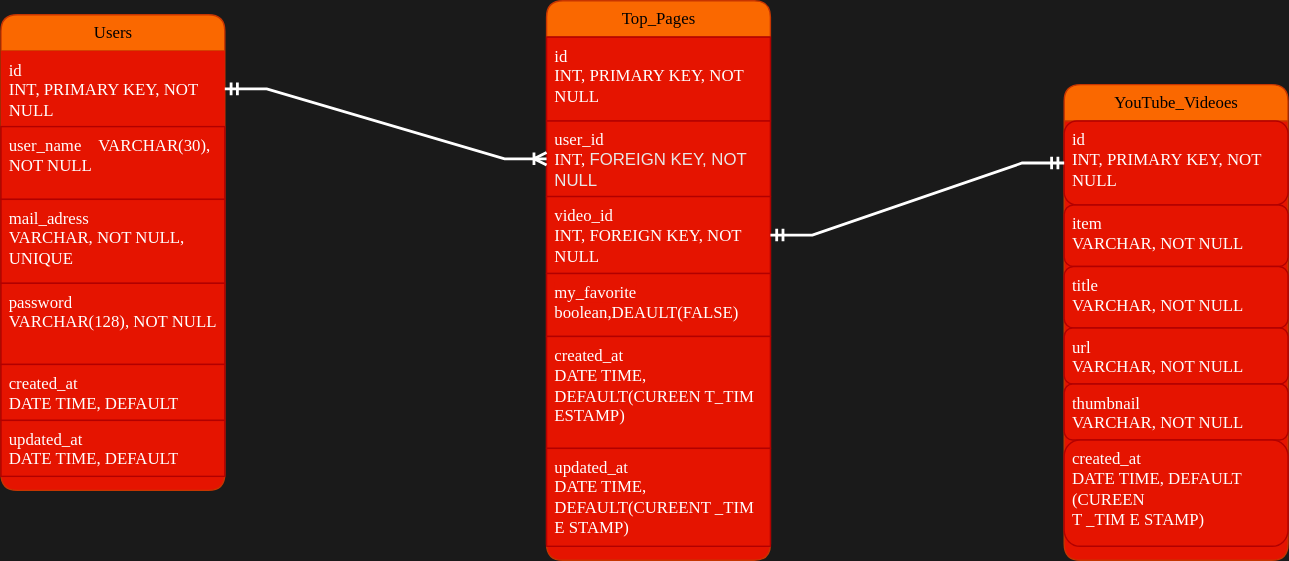
RareTECH-Hackathon-D-Team2024Autumn/stretch-app keeps this draw.io diagram as back/design-document/Hackathon_TeamD.drawio.svg. Above is the earlier version. Source tidied: cells renumbered, new cells last; positions are measured from the earlier drawing's top-left corner, leaving out a move shared by most shapes.
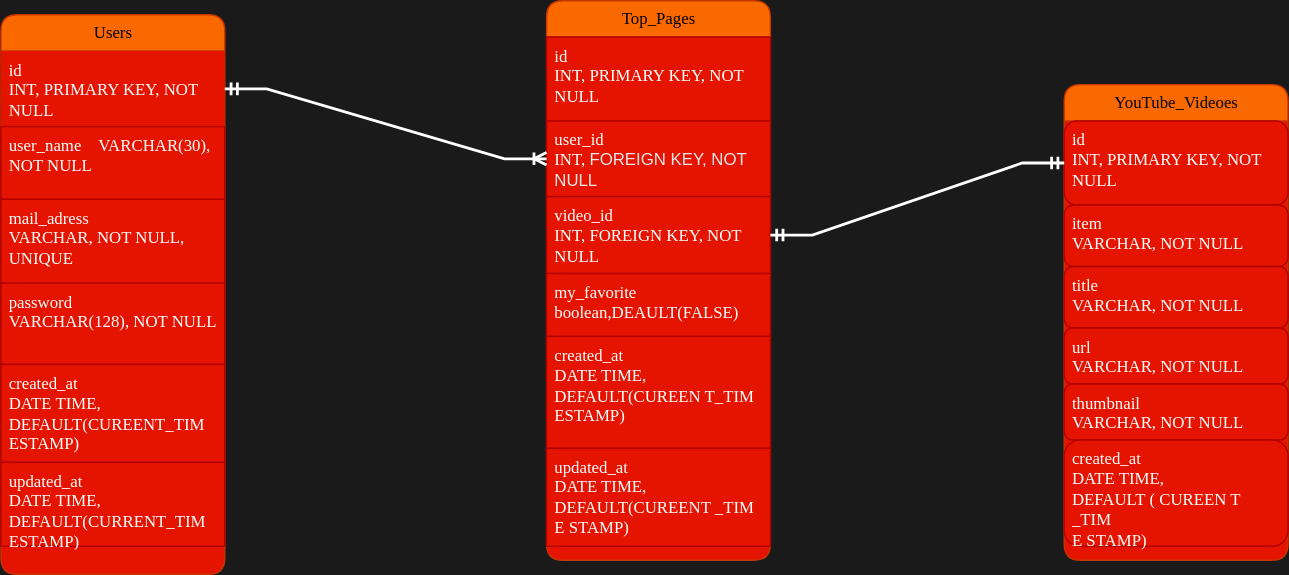
After the commit.

Commit message:
ER図の修正 ・ファイル形式をsvgに変更 ・DEFAULTを（CURRENT_TIMESTAMP）に設定 ・テーブル名「YouTube_Videos」に変更

Diff of the diagram source:
```diff
@@ -3,7 +3,7 @@
     <mxCell id="0" />
     <mxCell id="1" parent="0" />
     <mxCell id="2" value="Users" style="swimlane;html=1;fontStyle=0;horizontal=1;startSize=26;swimlaneFillColor=#E51400;align=center;rounded=1;shadow=0;comic=0;labelBackgroundColor=none;strokeWidth=1;fontFamily=Verdana;fontSize=12;fillColor=#fa6800;fontColor=#000000;strokeColor=#C73500;" parent="1" vertex="1">
-      <mxGeometry y="10" width="160" height="340" as="geometry" />
+      <mxGeometry y="10" width="160" height="400" as="geometry" />
     </mxCell>
     <mxCell id="3" value="id　&lt;div&gt;INT, PRIMARY KEY, NOT NULL&amp;nbsp;&lt;/div&gt;" style="text;html=1;strokeColor=none;fillColor=#e51400;spacingLeft=4;spacingRight=4;whiteSpace=wrap;overflow=hidden;points=[[0,0.5],[1,0.5]];portConstraint=eastwest;rounded=0;labelBackgroundColor=none;fontColor=#ffffff;fontFamily=Verdana;" parent="2" vertex="1">
       <mxGeometry y="26" width="160" height="54" as="geometry" />
@@ -17,11 +17,11 @@
     <mxCell id="6" value="password&lt;div&gt;VARCHAR(128), NOT NULL&lt;/div&gt;" style="text;html=1;strokeColor=#B20000;fillColor=#e51400;spacingLeft=4;spacingRight=4;whiteSpace=wrap;overflow=hidden;rounded=0;labelBackgroundColor=none;fontColor=#ffffff;fontFamily=Verdana;" parent="2" vertex="1">
       <mxGeometry y="192" width="160" height="58" as="geometry" />
     </mxCell>
-    <mxCell id="7" value="&lt;div&gt;created_at&lt;/div&gt;&lt;div&gt;DATE TIME, DEFAULT&lt;/div&gt;" style="text;html=1;strokeColor=#B20000;fillColor=#e51400;spacingLeft=4;spacingRight=4;whiteSpace=wrap;overflow=hidden;rounded=0;labelBackgroundColor=none;fontColor=#ffffff;fontFamily=Verdana;" parent="2" vertex="1">
-      <mxGeometry y="250" width="160" height="40" as="geometry" />
+    <mxCell id="7" value="&lt;div&gt;created_at&lt;/div&gt;&lt;div&gt;DATE TIME,&amp;nbsp;&lt;/div&gt;&lt;div&gt;DEFAULT(CUREENT_TIM&lt;/div&gt;&lt;div&gt;ESTAMP)&lt;/div&gt;" style="text;html=1;strokeColor=#B20000;fillColor=#e51400;spacingLeft=4;spacingRight=4;whiteSpace=wrap;overflow=hidden;rounded=0;labelBackgroundColor=none;fontColor=#ffffff;fontFamily=Verdana;" parent="2" vertex="1">
+      <mxGeometry y="250" width="160" height="70" as="geometry" />
     </mxCell>
-    <mxCell id="8" value="updated_at&lt;br&gt;DATE TIME, DEFAULT" style="text;html=1;strokeColor=#B20000;fillColor=#e51400;spacingLeft=4;spacingRight=4;whiteSpace=wrap;overflow=hidden;rounded=0;labelBackgroundColor=none;fontColor=#ffffff;fontFamily=Verdana;" parent="2" vertex="1">
-      <mxGeometry y="290" width="160" height="40" as="geometry" />
+    <mxCell id="8" value="updated_at&lt;br&gt;DATE TIME, &lt;br&gt;DEFAULT(CURRENT_TIM&lt;br&gt;ESTAMP)" style="text;html=1;strokeColor=#B20000;fillColor=#e51400;spacingLeft=4;spacingRight=4;whiteSpace=wrap;overflow=hidden;rounded=0;labelBackgroundColor=none;fontColor=#ffffff;fontFamily=Verdana;" parent="2" vertex="1">
+      <mxGeometry y="320" width="160" height="60" as="geometry" />
     </mxCell>
     <mxCell id="9" value="Top_Pages" style="swimlane;html=1;fontStyle=0;horizontal=1;startSize=26;fillColor=#fa6800;swimlaneFillColor=#E51400;align=center;rounded=1;shadow=0;comic=0;labelBackgroundColor=none;strokeWidth=1;fontFamily=Verdana;fontSize=12;strokeColor=#C73500;fontColor=#000000;" parent="1" vertex="1">
       <mxGeometry x="390" width="160" height="400" as="geometry" />
@@ -62,7 +62,7 @@
     <mxCell id="21" value="thumbnail&lt;div&gt;VARCHAR, NOT NULL&lt;/div&gt;" style="text;html=1;strokeColor=#B20000;fillColor=#e51400;spacingLeft=4;spacingRight=4;whiteSpace=wrap;overflow=hidden;rounded=1;labelBackgroundColor=none;fontColor=#ffffff;fontFamily=Verdana;" parent="16" vertex="1">
       <mxGeometry y="214" width="160" height="40" as="geometry" />
     </mxCell>
-    <mxCell id="22" value="created_at&lt;div&gt;DATE TIME,&amp;nbsp;&lt;span style=&quot;background-color: initial;&quot;&gt;DEFAULT&lt;/span&gt;&lt;span style=&quot;background-color: initial;&quot;&gt;(CUREEN&lt;/span&gt;&lt;/div&gt;&lt;div&gt;&lt;span style=&quot;background-color: initial;&quot;&gt;T&lt;/span&gt;&lt;span style=&quot;background-color: initial;&quot;&gt;_TIM&lt;/span&gt;&lt;span style=&quot;background-color: initial;&quot;&gt;E&lt;/span&gt;&lt;span style=&quot;background-color: initial;&quot;&gt;STAMP)&lt;/span&gt;&lt;/div&gt;" style="text;html=1;strokeColor=#B20000;fillColor=#e51400;spacingLeft=4;spacingRight=4;whiteSpace=wrap;overflow=hidden;rounded=1;labelBackgroundColor=none;fontColor=#ffffff;fontFamily=Verdana;" parent="16" vertex="1">
+    <mxCell id="22" value="created_at&lt;div&gt;DATE TIME,&lt;/div&gt;&lt;div&gt;&amp;nbsp;&lt;span style=&quot;background-color: initial;&quot;&gt;DEFAULT&lt;/span&gt;&lt;span style=&quot;background-color: initial;&quot;&gt;(&lt;/span&gt;&lt;span style=&quot;background-color: initial;&quot;&gt;CUREEN&lt;/span&gt;&lt;span style=&quot;background-color: initial;&quot;&gt;T&lt;/span&gt;&lt;span style=&quot;background-color: initial;&quot;&gt;_TIM&lt;/span&gt;&lt;/div&gt;&lt;div&gt;&lt;span style=&quot;background-color: initial;&quot;&gt;E&lt;/span&gt;&lt;span style=&quot;background-color: initial;&quot;&gt;STAMP)&lt;/span&gt;&lt;/div&gt;" style="text;html=1;strokeColor=#B20000;fillColor=#e51400;spacingLeft=4;spacingRight=4;whiteSpace=wrap;overflow=hidden;rounded=1;labelBackgroundColor=none;fontColor=#ffffff;fontFamily=Verdana;" parent="16" vertex="1">
       <mxGeometry y="254" width="160" height="76" as="geometry" />
     </mxCell>
     <mxCell id="23" style="edgeStyle=entityRelationEdgeStyle;fontSize=12;html=1;endArrow=ERmandOne;startArrow=ERoneToMany;rounded=0;strokeColor=#FFFFFF;fontColor=#393C56;fillColor=#F2CC8F;exitX=0;exitY=0.5;exitDx=0;exitDy=0;entryX=1;entryY=0.5;entryDx=0;entryDy=0;strokeWidth=2;fontFamily=Verdana;startFill=0;endFill=0;" parent="1" edge="1" source="11" target="3">
```
